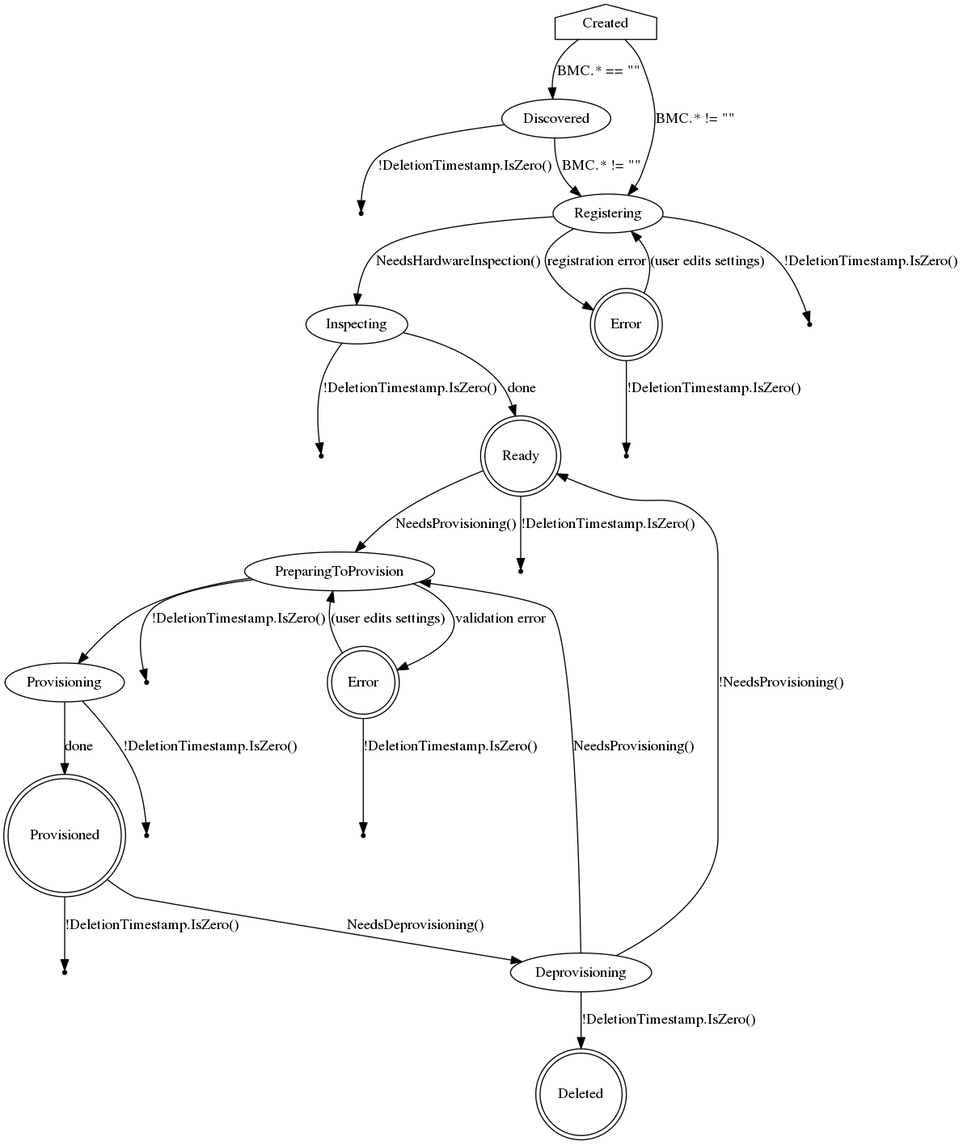
The Graphviz diagram docs/BaremetalHost_ProvisioningState.png in metal3-io/baremetal-operator, before a commit. Its source is kept beside it as docs/BaremetalHost_ProvisioningState.dot.
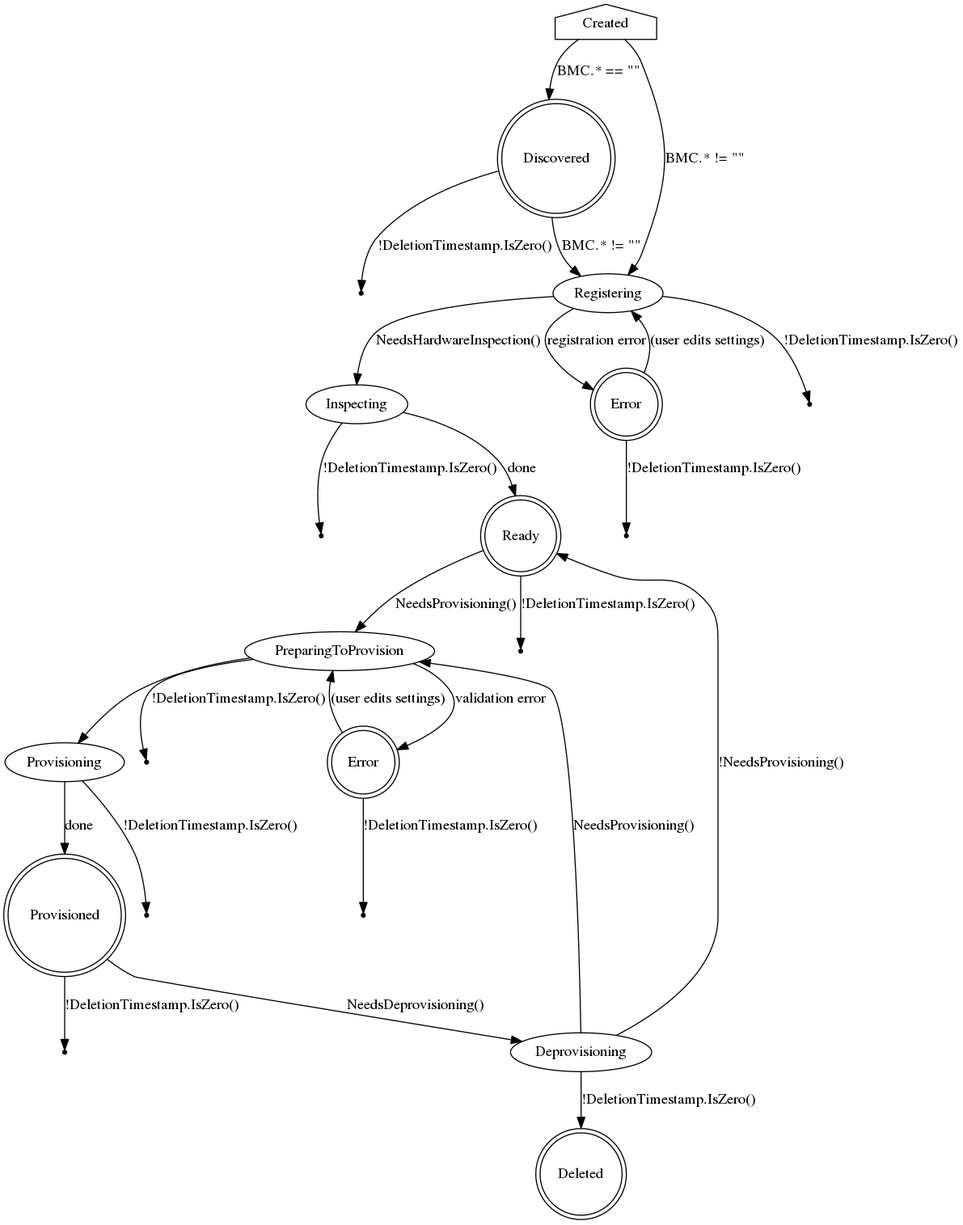
The same file after the commit.

Commit message:
show "discovered" as a steady state

The host will sit in the discovered state until it is modified

Change to the diagram source:
```diff
@@ -3,6 +3,7 @@
     Created -> Discovered [label="BMC.* == \"\""]
     Created -> Registering [label="BMC.* != \"\""]
 
+    Discovered [shape=doublecircle]
     Discovered -> Registering [label="BMC.* != \"\""]
     Discovered -> Deleted1 [label="!DeletionTimestamp.IsZero()"]
 
```
